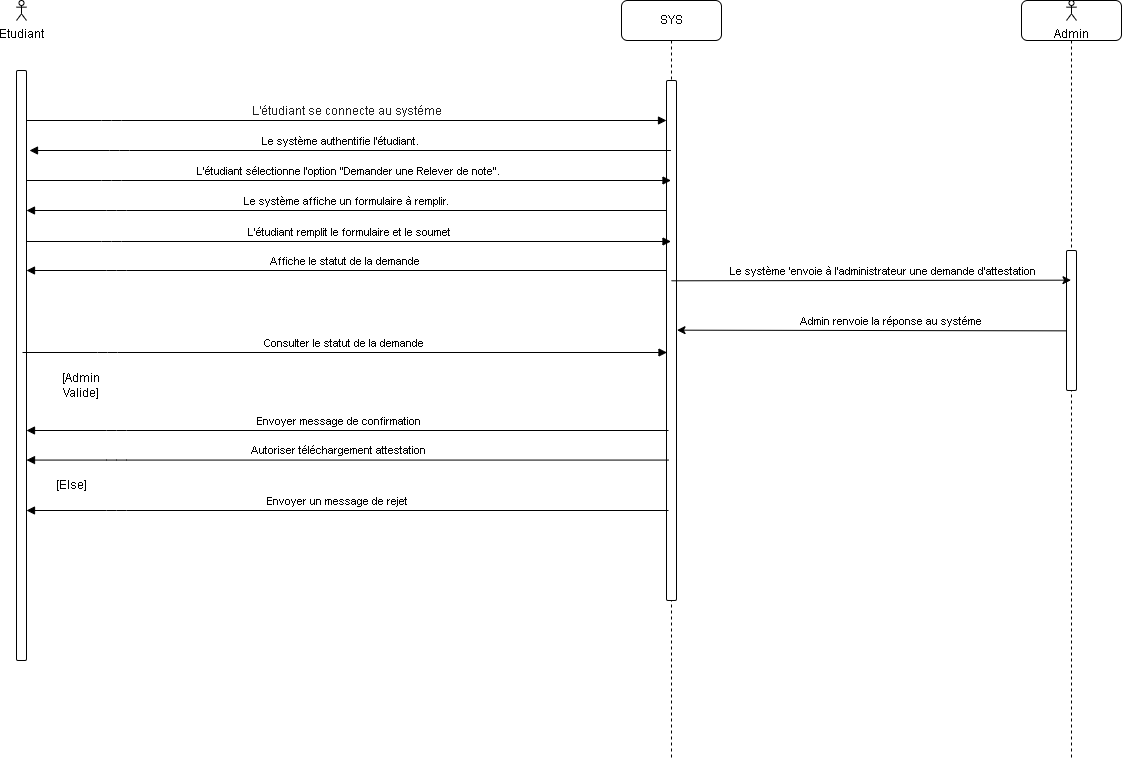
elm-dak/uml-gestion-scolaire keeps this draw.io diagram as RelverDeNote.drawio.png. Above is the earlier version. Source tidied: cells renumbered, new cells last; positions are measured from the earlier drawing's top-left corner, leaving out a move shared by most shapes.
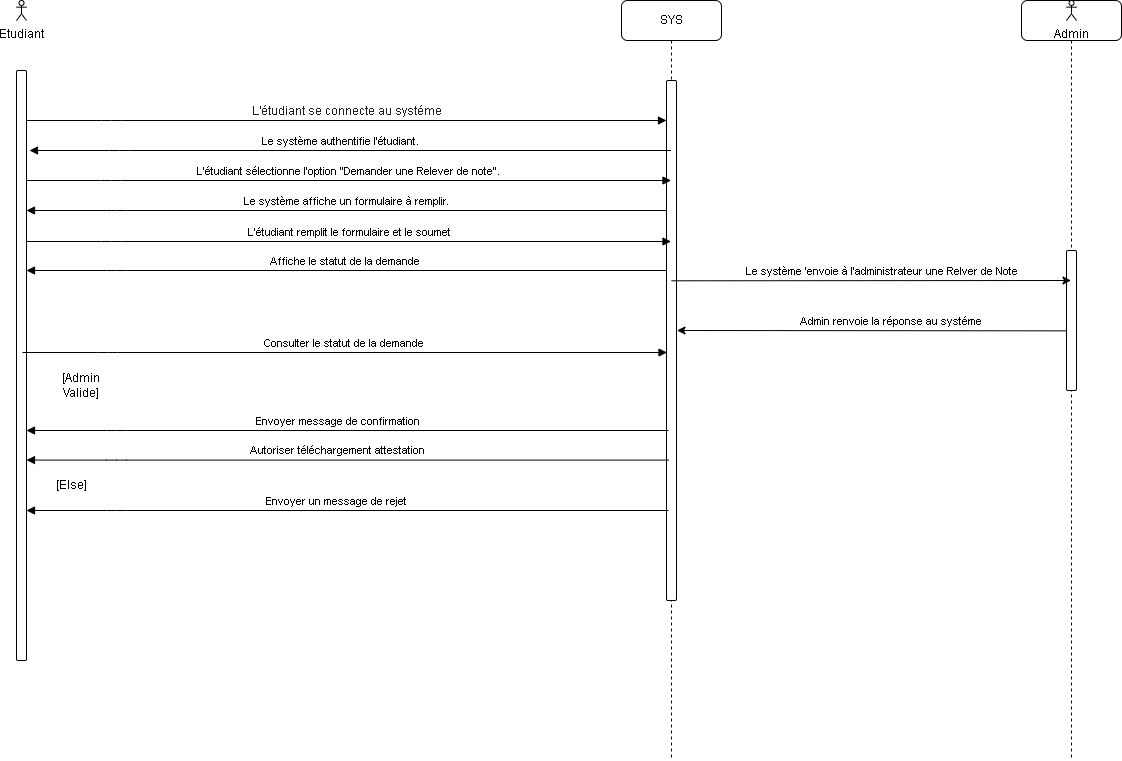
The same file after the commit.

Change to the diagram source:
```diff
@@ -85,7 +85,7 @@
         <mxPoint x="655" y="280.3" as="sourcePoint" />
       </mxGeometry>
     </mxCell>
-    <mxCell id="18" value="Le système 'envoie à l'administrateur une demande d'attestation" style="edgeLabel;html=1;align=center;verticalAlign=middle;labelBackgroundColor=none;rounded=1;" parent="17" vertex="1">
+    <mxCell id="18" value="Le système 'envoie à l'administrateur une Relver de Note" style="edgeLabel;html=1;align=center;verticalAlign=middle;labelBackgroundColor=none;rounded=1;" parent="17" vertex="1">
       <mxGeometry x="0.06" y="1" relative="1" as="geometry">
         <mxPoint x="-3" y="-9" as="offset" />
       </mxGeometry>
```
